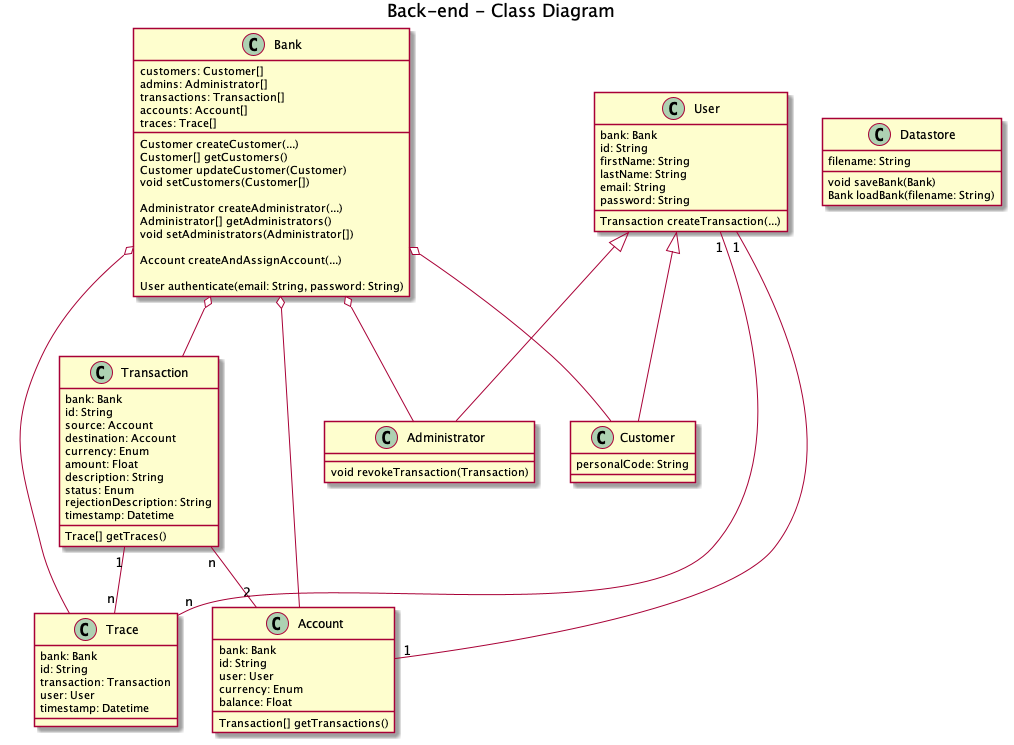
The PlantUML diagram docs/classes/backend-classes.png in Sysmod-2021/bankappbackend, before a commit.
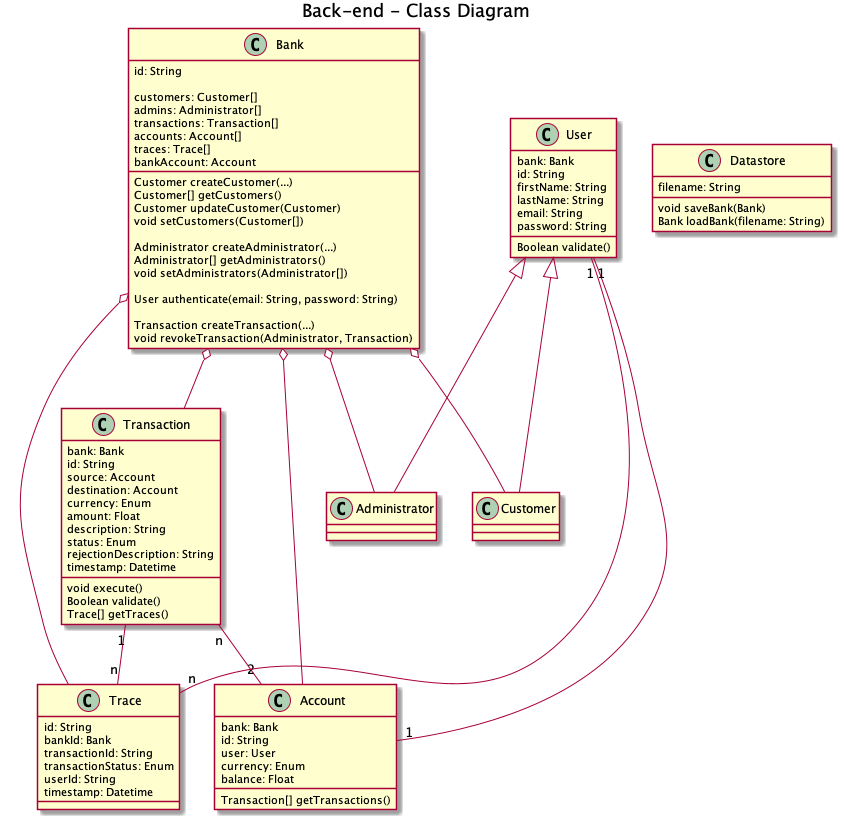
After the change.

Commit message:
Updating the class diagram

What changed in the source:
```diff
@@ -3,11 +3,14 @@
 title Back-end - Class Diagram
 
 class Bank {
+    id: String
+
     customers: Customer[]
     admins: Administrator[]
     transactions: Transaction[]
     accounts: Account[]
     traces: Trace[]
+    bankAccount: Account
 
     Customer createCustomer(...)
     Customer[] getCustomers()
@@ -18,9 +21,10 @@
     Administrator[] getAdministrators()
     void setAdministrators(Administrator[])
 
-    Account createAndAssignAccount(...)
+    User authenticate(email: String, password: String)
 
-    User authenticate(email: String, password: String)
+    Transaction createTransaction(...)
+    void revokeTransaction(Administrator, Transaction)
 }
 
 class User {
@@ -31,15 +35,13 @@
     email: String
     password: String
 
-    Transaction createTransaction(...)
+    Boolean validate()
 }
 
 class Customer {
-    personalCode: String
 }
 
 class Administrator {
-    void revokeTransaction(Transaction)
 }
 
 class Account {
@@ -64,14 +66,17 @@
     rejectionDescription: String
     timestamp: Datetime
 
+    void execute()
+    Boolean validate()
     Trace[] getTraces()
 }
 
 class Trace {
-    bank: Bank
     id: String
-    transaction: Transaction
-    user: User
+    bankId: Bank
+    transactionId: String
+    transactionStatus: Enum
+    userId: String
     timestamp: Datetime
 }
 
```
